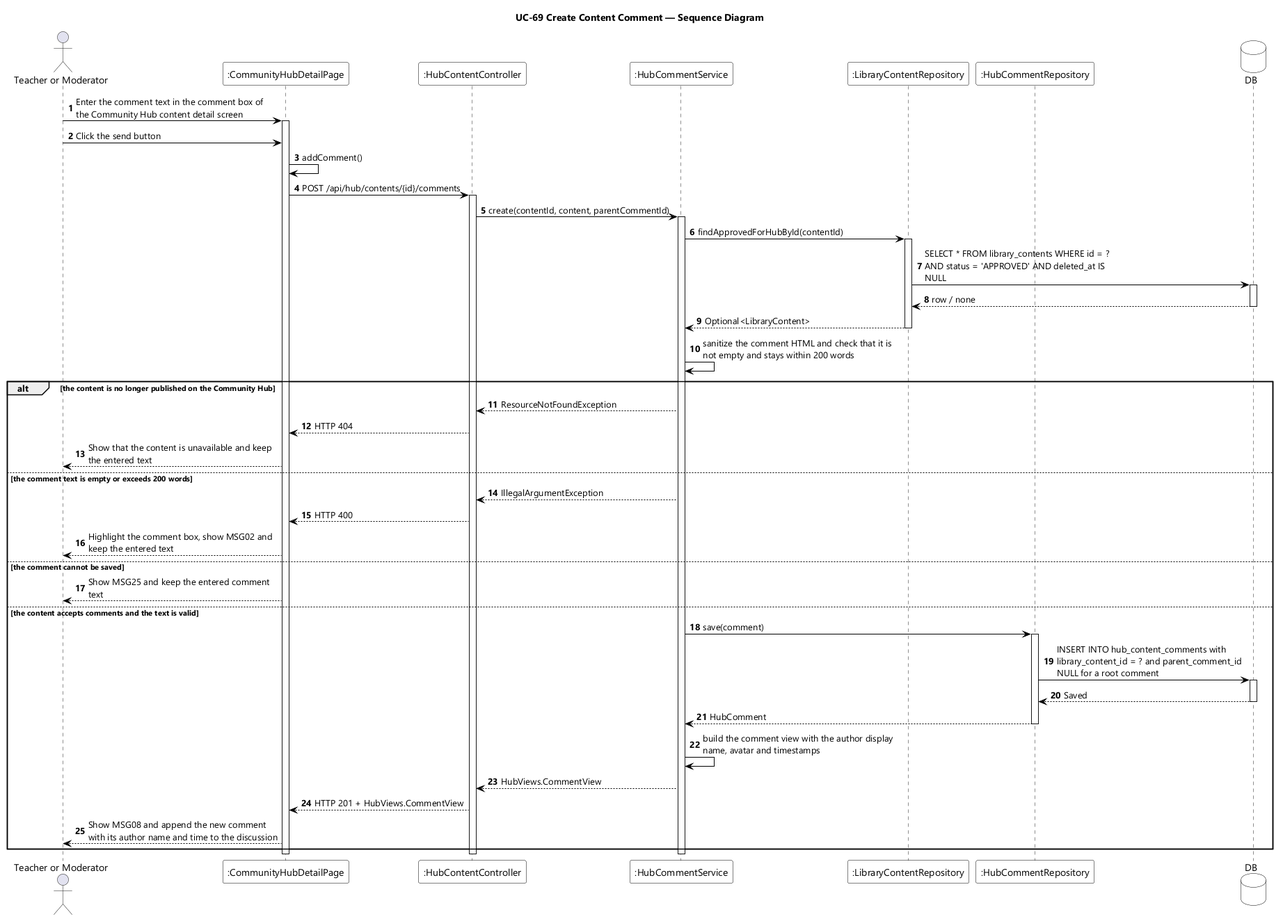
Before: designs/sds-diagrams/uc69/uc69-sequence-diagram.png, a diagram exported from PlantUML (EduA-system/EduA-system).
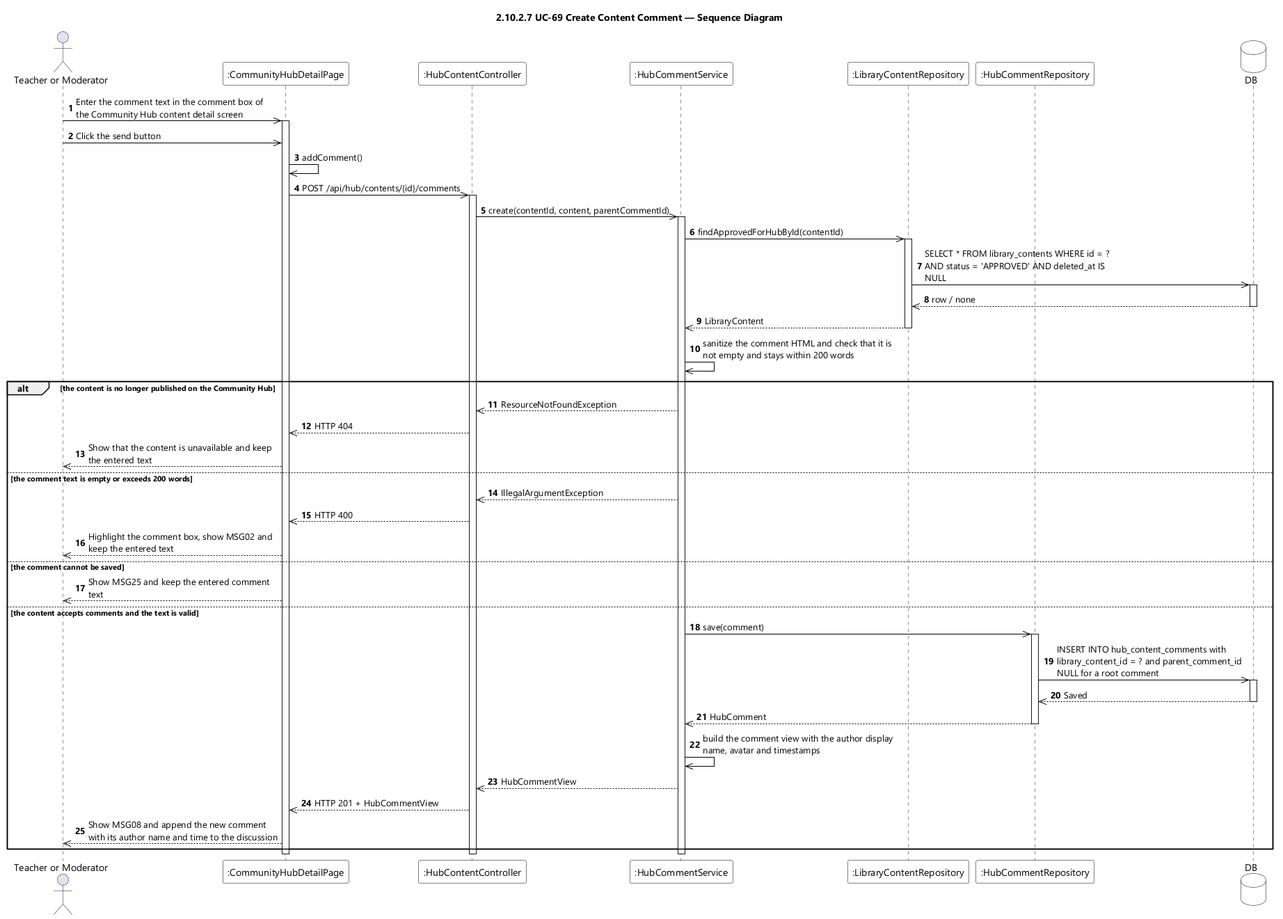
The same diagram one commit later.

The edit, as a diff of the source:
```diff
@@ -9,7 +9,7 @@
 skinparam ArrowColor #000000
 skinparam sequenceMessageAlign left
 skinparam maxMessageSize 280
-title UC-69 Create Content Comment — Sequence Diagram
+title 2.10.2.7 UC-69 Create Content Comment — Sequence Diagram
 
 actor "Teacher or Moderator" as User
 participant ":CommunityHubDetailPage" as UI
@@ -20,51 +20,51 @@
 database DB
 
 autonumber
-User -> UI : Enter the comment text in the comment box of the Community Hub content detail screen
+User ->> UI : Enter the comment text in the comment box of the Community Hub content detail screen
 activate UI
-User -> UI : Click the send button
-UI -> UI : addComment()
-UI -> CTL : POST /api/hub/contents/{id}/comments
+User ->> UI : Click the send button
+UI ->> UI : addComment()
+UI ->> CTL : POST /api/hub/contents/{id}/comments
 activate CTL
-CTL -> SVC : create(contentId, content, parentCommentId)
+CTL ->> SVC : create(contentId, content, parentCommentId)
 activate SVC
 
-SVC -> CONTENTS : findApprovedForHubById(contentId)
+SVC ->> CONTENTS : findApprovedForHubById(contentId)
 activate CONTENTS
-CONTENTS -> DB : SELECT * FROM library_contents WHERE id = ? AND status = 'APPROVED' AND deleted_at IS NULL
+CONTENTS ->> DB : SELECT * FROM library_contents WHERE id = ? AND status = 'APPROVED' AND deleted_at IS NULL
 activate DB
-DB --> CONTENTS : row / none
+DB -->> CONTENTS : row / none
 deactivate DB
-CONTENTS --> SVC : Optional<LibraryContent>
+CONTENTS -->> SVC : LibraryContent
 deactivate CONTENTS
-SVC -> SVC : sanitize the comment HTML and check that it is not empty and stays within 200 words
+SVC ->> SVC : sanitize the comment HTML and check that it is not empty and stays within 200 words
 
 alt the content is no longer published on the Community Hub
-  SVC --> CTL : ResourceNotFoundException
-  CTL --> UI : HTTP 404
-  UI --> User : Show that the content is unavailable and keep the entered text
+  SVC -->> CTL : ResourceNotFoundException
+  CTL -->> UI : HTTP 404
+  UI -->> User : Show that the content is unavailable and keep the entered text
 
 else the comment text is empty or exceeds 200 words
-  SVC --> CTL : IllegalArgumentException
-  CTL --> UI : HTTP 400
-  UI --> User : Highlight the comment box, show MSG02 and keep the entered text
+  SVC -->> CTL : IllegalArgumentException
+  CTL -->> UI : HTTP 400
+  UI -->> User : Highlight the comment box, show MSG02 and keep the entered text
 
 else the comment cannot be saved
-  UI --> User : Show MSG25 and keep the entered comment text
+  UI -->> User : Show MSG25 and keep the entered comment text
 
 else the content accepts comments and the text is valid
-  SVC -> COMMENTS : save(comment)
+  SVC ->> COMMENTS : save(comment)
   activate COMMENTS
-  COMMENTS -> DB : INSERT INTO hub_content_comments with library_content_id = ? and parent_comment_id NULL for a root comment
+  COMMENTS ->> DB : INSERT INTO hub_content_comments with library_content_id = ? and parent_comment_id NULL for a root comment
   activate DB
-  DB --> COMMENTS : Saved
+  DB -->> COMMENTS : Saved
   deactivate DB
-  COMMENTS --> SVC : HubComment
+  COMMENTS -->> SVC : HubComment
   deactivate COMMENTS
-  SVC -> SVC : build the comment view with the author display name, avatar and timestamps
-  SVC --> CTL : HubViews.CommentView
-  CTL --> UI : HTTP 201 + HubViews.CommentView
-  UI --> User : Show MSG08 and append the new comment with its author name and time to the discussion
+  SVC ->> SVC : build the comment view with the author display name, avatar and timestamps
+  SVC -->> CTL : HubCommentView
+  CTL -->> UI : HTTP 201 + HubCommentView
+  UI -->> User : Show MSG08 and append the new comment with its author name and time to the discussion
 end
 
 deactivate SVC
```
